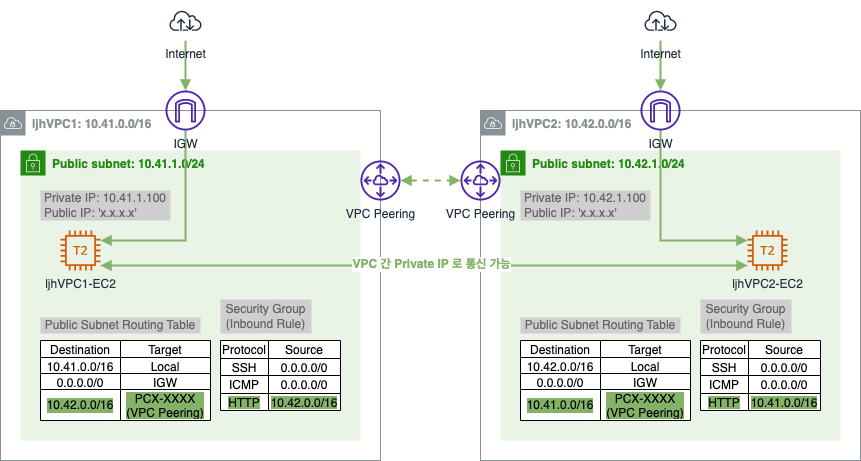
Above: assets/img/dev/2022/1204/peering_flow_2.png in assu10/assu10.github.io (draw.io), before the change. Source tidied: cells renumbered, new cells last; positions are measured from the earlier drawing's top-left corner, leaving out a move shared by most shapes.
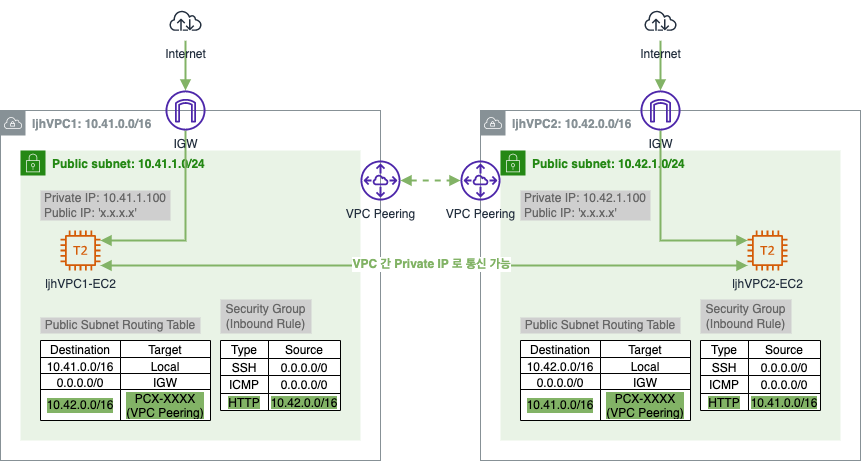
Later version of the same file.

What changed in the source:
```diff
@@ -65,7 +65,7 @@
     <mxCell id="22" style="shape=tableRow;horizontal=0;startSize=0;swimlaneHead=0;swimlaneBody=0;top=0;left=0;bottom=0;right=0;fillColor=none;fontColor=#000000;" parent="21" vertex="1">
       <mxGeometry width="120" height="18" as="geometry" />
     </mxCell>
-    <mxCell id="23" value="Protocol" style="shape=partialRectangle;html=1;whiteSpace=wrap;overflow=hidden;fillColor=none;top=0;left=0;bottom=0;right=0;fontColor=#000000;" parent="22" vertex="1">
+    <mxCell id="23" value="Type" style="shape=partialRectangle;html=1;whiteSpace=wrap;overflow=hidden;fillColor=none;top=0;left=0;bottom=0;right=0;fontColor=#000000;" parent="22" vertex="1">
       <mxGeometry width="48" height="18" as="geometry" />
     </mxCell>
     <mxCell id="24" value="Source" style="shape=partialRectangle;html=1;whiteSpace=wrap;overflow=hidden;fillColor=none;top=0;left=0;bottom=0;right=0;fontColor=#000000;" parent="22" vertex="1">
@@ -183,7 +183,7 @@
     <mxCell id="60" style="shape=tableRow;horizontal=0;startSize=0;swimlaneHead=0;swimlaneBody=0;top=0;left=0;bottom=0;right=0;fillColor=none;fontColor=#000000;" parent="59" vertex="1">
       <mxGeometry width="120" height="18" as="geometry" />
     </mxCell>
-    <mxCell id="61" value="Protocol" style="shape=partialRectangle;html=1;whiteSpace=wrap;overflow=hidden;fillColor=none;top=0;left=0;bottom=0;right=0;fontColor=#000000;" parent="60" vertex="1">
+    <mxCell id="61" value="Type" style="shape=partialRectangle;html=1;whiteSpace=wrap;overflow=hidden;fillColor=none;top=0;left=0;bottom=0;right=0;fontColor=#000000;" parent="60" vertex="1">
       <mxGeometry width="48" height="18" as="geometry" />
     </mxCell>
     <mxCell id="62" value="Source" style="shape=partialRectangle;html=1;whiteSpace=wrap;overflow=hidden;fillColor=none;top=0;left=0;bottom=0;right=0;fontColor=#000000;" parent="60" vertex="1">
```
